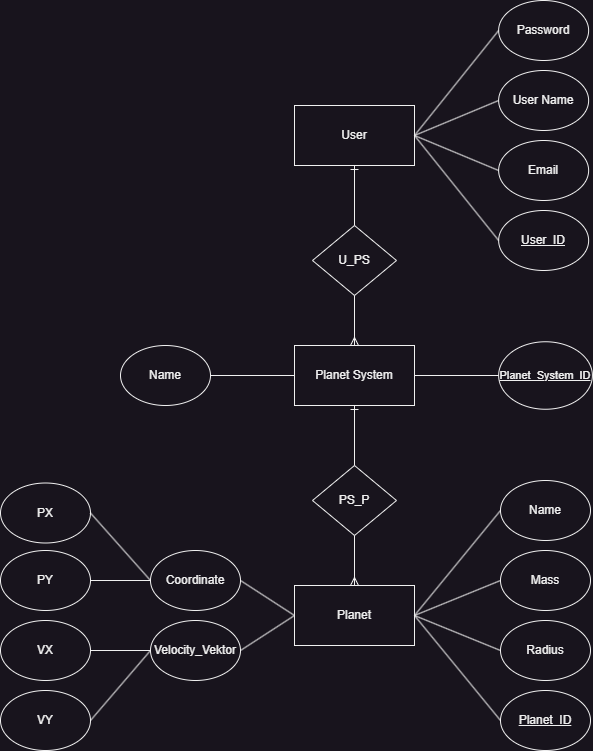
Earlier version of the draw.io export docs/Database ER diagram.drawio.png (bbalage/evoPlanet). Source tidied: cells renumbered, new cells last; positions are measured from the earlier drawing's top-left corner, leaving out a move shared by most shapes.
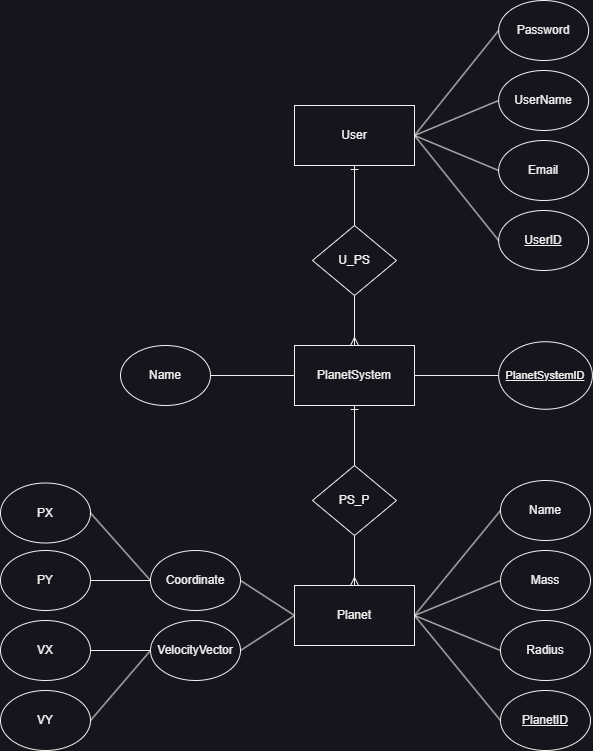
The same diagram one commit later.

Commit message:
ER Database diagram

Updated database diagram, no space between words

Diff of the diagram source:
```diff
@@ -5,7 +5,7 @@
     <mxCell id="2" value="User" style="rounded=0;whiteSpace=wrap;html=1;" parent="1" vertex="1">
       <mxGeometry x="294" y="105" width="120" height="60" as="geometry" />
     </mxCell>
-    <mxCell id="3" value="Planet System" style="rounded=0;whiteSpace=wrap;html=1;" parent="1" vertex="1">
+    <mxCell id="3" value="PlanetSystem" style="rounded=0;whiteSpace=wrap;html=1;" parent="1" vertex="1">
       <mxGeometry x="294" y="345" width="120" height="60" as="geometry" />
     </mxCell>
     <mxCell id="4" value="Planet" style="rounded=0;whiteSpace=wrap;html=1;" parent="1" vertex="1">
@@ -14,7 +14,7 @@
     <mxCell id="5" value="Password" style="ellipse;whiteSpace=wrap;html=1;" parent="1" vertex="1">
       <mxGeometry x="498.1" width="90" height="60" as="geometry" />
     </mxCell>
-    <mxCell id="6" value="User Name" style="ellipse;whiteSpace=wrap;html=1;" parent="1" vertex="1">
+    <mxCell id="6" value="UserName" style="ellipse;whiteSpace=wrap;html=1;" parent="1" vertex="1">
       <mxGeometry x="498.1" y="70" width="90" height="60" as="geometry" />
     </mxCell>
     <mxCell id="7" value="Email" style="ellipse;whiteSpace=wrap;html=1;" parent="1" vertex="1">
@@ -77,7 +77,7 @@
     <mxCell id="26" style="endArrow=none;html=1;rounded=0;entryX=0;entryY=0.5;entryDx=0;entryDy=0;exitX=1;exitY=0.5;exitDx=0;exitDy=0;" parent="1" edge="1" source="14" target="4">
       <mxGeometry relative="1" as="geometry" />
     </mxCell>
-    <mxCell id="27" value="&lt;u&gt;Planet_ID&lt;/u&gt;" style="ellipse;whiteSpace=wrap;html=1;" parent="1" vertex="1">
+    <mxCell id="27" value="&lt;u&gt;PlanetID&lt;/u&gt;" style="ellipse;whiteSpace=wrap;html=1;" parent="1" vertex="1">
       <mxGeometry x="500" y="690" width="90" height="60" as="geometry" />
     </mxCell>
     <mxCell id="28" style="endArrow=none;html=1;rounded=0;entryX=0;entryY=0.5;entryDx=0;entryDy=0;exitX=1;exitY=0.5;exitDx=0;exitDy=0;" parent="1" edge="1" source="4" target="27">
@@ -101,13 +101,13 @@
     <mxCell id="34" style="fontSize=12;html=1;endArrow=ERone;endFill=1;rounded=0;entryX=0.5;entryY=1;entryDx=0;entryDy=0;exitX=0.5;exitY=0;exitDx=0;exitDy=0;" parent="1" edge="1" source="30" target="3">
       <mxGeometry relative="1" as="geometry" />
     </mxCell>
-    <mxCell id="35" value="&lt;u&gt;&lt;font style=&quot;font-size: 11px;&quot;&gt;Planet_System_ID&lt;/font&gt;&lt;/u&gt;" style="ellipse;whiteSpace=wrap;html=1;" parent="1" vertex="1">
+    <mxCell id="35" value="&lt;u&gt;&lt;font style=&quot;font-size: 11px;&quot;&gt;PlanetSystemID&lt;/font&gt;&lt;/u&gt;" style="ellipse;whiteSpace=wrap;html=1;" parent="1" vertex="1">
       <mxGeometry x="498.1" y="341.2" width="93.8" height="67.5" as="geometry" />
     </mxCell>
     <mxCell id="36" style="endArrow=none;html=1;rounded=0;entryX=0;entryY=0.5;entryDx=0;entryDy=0;exitX=1;exitY=0.5;exitDx=0;exitDy=0;" parent="1" edge="1" source="3" target="35">
       <mxGeometry relative="1" as="geometry" />
     </mxCell>
-    <mxCell id="37" value="&lt;u&gt;User_ID&lt;/u&gt;" style="ellipse;whiteSpace=wrap;html=1;" parent="1" vertex="1">
+    <mxCell id="37" value="&lt;u&gt;UserID&lt;/u&gt;" style="ellipse;whiteSpace=wrap;html=1;" parent="1" vertex="1">
       <mxGeometry x="498.1" y="210" width="90" height="60" as="geometry" />
     </mxCell>
     <mxCell id="38" style="endArrow=none;html=1;rounded=0;entryX=0;entryY=0.5;entryDx=0;entryDy=0;exitX=1;exitY=0.5;exitDx=0;exitDy=0;" parent="1" edge="1" source="2" target="37">
@@ -119,7 +119,7 @@
     <mxCell id="40" style="endArrow=none;html=1;rounded=0;entryX=1;entryY=0.5;entryDx=0;entryDy=0;exitX=0;exitY=0.5;exitDx=0;exitDy=0;" parent="1" edge="1" source="3" target="39">
       <mxGeometry relative="1" as="geometry" />
     </mxCell>
-    <mxCell id="41" value="Velocity_Vektor" style="ellipse;whiteSpace=wrap;html=1;" parent="1" vertex="1">
+    <mxCell id="41" value="VelocityVector" style="ellipse;whiteSpace=wrap;html=1;" parent="1" vertex="1">
       <mxGeometry x="150" y="620" width="90" height="60" as="geometry" />
     </mxCell>
     <mxCell id="42" style="endArrow=none;html=1;rounded=0;entryX=0;entryY=0.5;entryDx=0;entryDy=0;exitX=1;exitY=0.5;exitDx=0;exitDy=0;" parent="1" edge="1" source="41" target="4">
```
